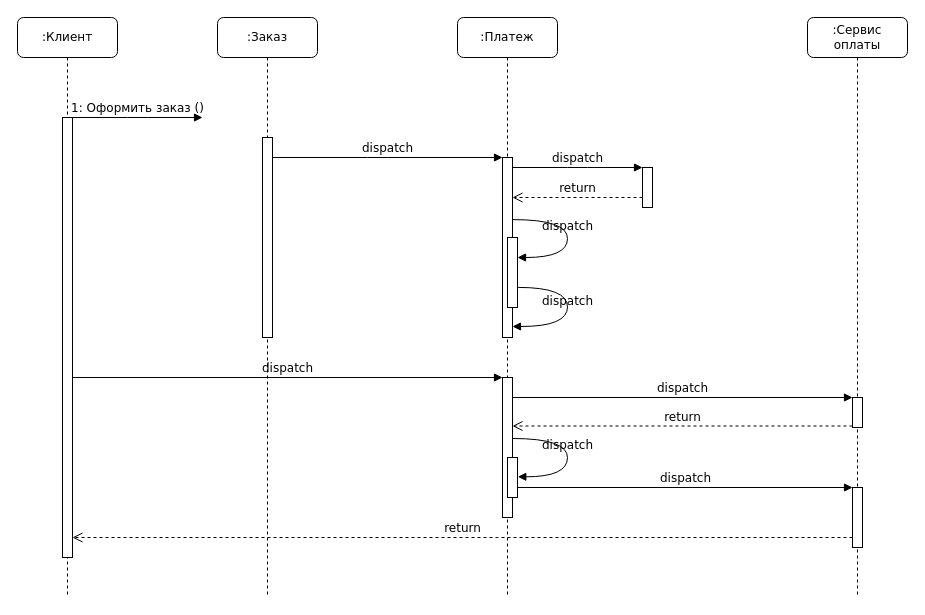
Ksenix-CopLLeRe/preparation keeps this draw.io diagram as дгрмм последовательности.drawio. Above is the earlier version. Source tidied: cells renumbered, new cells numbered last; positions are measured from the earlier drawing's top-left corner, leaving out a move shared by most shapes. Both pictures are drawn from the tidied source at 100%, with x=0, y=0 at pixel (17, 17).
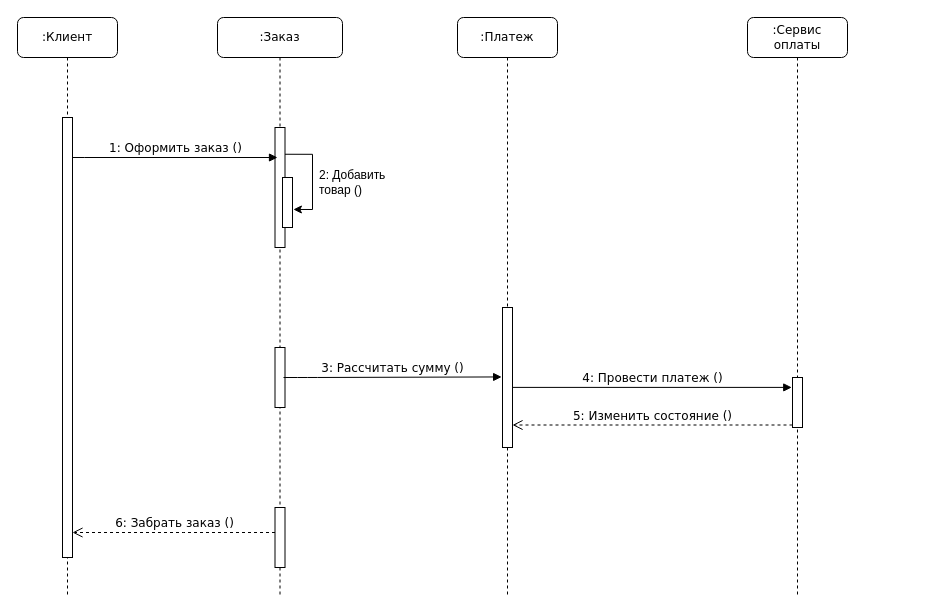
After the change.

Unchanged cells that the change refers to:
```xml
<mxCell id="4" value=":Платеж" style="shape=umlLifeline;perimeter=lifelinePerimeter;whiteSpace=wrap;html=1;rounded=1;shadow=0;comic=0;labelBackgroundColor=none;strokeWidth=1;fontFamily=Verdana;fontSize=12;align=center;" parent="1" vertex="1">
  <mxGeometry x="440" width="100" height="580" as="geometry" />
</mxCell>
<mxCell id="8" value=":Клиент" style="shape=umlLifeline;perimeter=lifelinePerimeter;whiteSpace=wrap;html=1;rounded=1;shadow=0;comic=0;labelBackgroundColor=none;strokeWidth=1;fontFamily=Verdana;fontSize=12;align=center;" parent="1" vertex="1">
  <mxGeometry width="100" height="580" as="geometry" />
</mxCell>
<mxCell id="9" style="html=1;points=[];perimeter=orthogonalPerimeter;rounded=0;shadow=0;comic=0;labelBackgroundColor=none;strokeWidth=1;fontFamily=Verdana;fontSize=12;align=center;" parent="8" vertex="1">
  <mxGeometry x="45" y="100" width="10" height="440" as="geometry" />
</mxCell>
```

The edit, as a diff of the source:
```diff
@@
     <mxCell id="2" value=":Заказ" style="shape=umlLifeline;perimeter=lifelinePerimeter;whiteSpace=wrap;html=1;rounded=1;shadow=0;comic=0;labelBackgroundColor=none;strokeWidth=1;fontFamily=Verdana;fontSize=12;align=center;" parent="1" vertex="1">
-      <mxGeometry x="200" width="100" height="580" as="geometry" />
+      <mxGeometry x="200" width="125" height="580" as="geometry" />
     </mxCell>
+    <mxCell id="27" style="edgeStyle=orthogonalEdgeStyle;rounded=0;jettySize=auto;html=1;exitX=0.924;exitY=0.223;exitDx=0;exitDy=0;exitPerimeter=0;entryX=1.09;entryY=0.639;entryDx=0;entryDy=0;entryPerimeter=0;" parent="2" edge="1" source="3" target="28">
+      <mxGeometry relative="1" as="geometry" />
+    </mxCell>
     <mxCell id="3" style="html=1;points=[];perimeter=orthogonalPerimeter;rounded=0;shadow=0;comic=0;labelBackgroundColor=none;strokeWidth=1;fontFamily=Verdana;fontSize=12;align=center;" parent="2" vertex="1">
-      <mxGeometry x="45" y="120" width="10" height="200" as="geometry" />
+      <mxGeometry x="57.5" y="110" width="10" height="120" as="geometry" />
     </mxCell>
+    <mxCell id="28" style="html=1;points=[];perimeter=orthogonalPerimeter;rounded=0;shadow=0;comic=0;labelBackgroundColor=none;strokeWidth=1;fontFamily=Verdana;fontSize=12;align=center;" parent="2" vertex="1">
+      <mxGeometry x="65" y="160" width="10" height="50" as="geometry" />
+    </mxCell>
+    <mxCell id="29" style="html=1;perimeter=orthogonalPerimeter;rounded=0;shadow=0;comic=0;labelBackgroundColor=none;strokeWidth=1;fontFamily=Verdana;fontSize=12;align=center;" parent="2" vertex="1">
+      <mxGeometry x="57.5" y="330" width="10" height="60" as="geometry" />
+    </mxCell>
+    <mxCell id="7" style="html=1;points=[];perimeter=orthogonalPerimeter;rounded=0;shadow=0;comic=0;labelBackgroundColor=none;strokeWidth=1;fontFamily=Verdana;fontSize=12;align=center;" parent="2" vertex="1">
+      <mxGeometry x="57.5" y="490" width="10" height="60" as="geometry" />
+    </mxCell>
@@
+    <mxCell id="15" style="html=1;points=[];perimeter=orthogonalPerimeter;rounded=0;shadow=0;comic=0;labelBackgroundColor=none;strokeWidth=1;fontFamily=Verdana;fontSize=12;align=center;" parent="4" vertex="1">
+      <mxGeometry x="45" y="290" width="10" height="140" as="geometry" />
+    </mxCell>
     <mxCell id="5" value=":Сервис оплаты" style="shape=umlLifeline;perimeter=lifelinePerimeter;whiteSpace=wrap;html=1;rounded=1;shadow=0;comic=0;labelBackgroundColor=none;strokeWidth=1;fontFamily=Verdana;fontSize=12;align=center;" parent="1" vertex="1">
-      <mxGeometry x="790" width="100" height="580" as="geometry" />
+      <mxGeometry x="730" width="100" height="580" as="geometry" />
     </mxCell>
     <mxCell id="6" style="html=1;points=[];perimeter=orthogonalPerimeter;rounded=0;shadow=0;comic=0;labelBackgroundColor=none;strokeColor=#000000;strokeWidth=1;fillColor=#FFFFFF;fontFamily=Verdana;fontSize=12;fontColor=#000000;align=center;" parent="5" vertex="1">
-      <mxGeometry x="45" y="380" width="10" height="30" as="geometry" />
+      <mxGeometry x="45" y="360" width="10" height="50" as="geometry" />
     </mxCell>
-    <mxCell id="7" style="html=1;points=[];perimeter=orthogonalPerimeter;rounded=0;shadow=0;comic=0;labelBackgroundColor=none;strokeWidth=1;fontFamily=Verdana;fontSize=12;align=center;" parent="5" vertex="1">
-      <mxGeometry x="45" y="470" width="10" height="60" as="geometry" />
-    </mxCell>
@@
-    <mxCell id="10" style="html=1;points=[];perimeter=orthogonalPerimeter;rounded=0;shadow=0;comic=0;labelBackgroundColor=none;strokeWidth=1;fontFamily=Verdana;fontSize=12;align=center;" parent="1" vertex="1">
-      <mxGeometry x="485" y="140" width="10" height="180" as="geometry" />
-    </mxCell>
-    <mxCell id="11" value="dispatch" style="html=1;verticalAlign=bottom;endArrow=block;labelBackgroundColor=none;fontFamily=Verdana;fontSize=12;edgeStyle=elbowEdgeStyle;elbow=vertical;" parent="1" edge="1" source="3" target="10">
-      <mxGeometry relative="1" as="geometry">
-        <Array as="points">
-          <mxPoint x="360" y="140" />
-        </Array>
-      </mxGeometry>
-    </mxCell>
-    <mxCell id="12" style="html=1;points=[];perimeter=orthogonalPerimeter;rounded=0;shadow=0;comic=0;labelBackgroundColor=none;strokeWidth=1;fontFamily=Verdana;fontSize=12;align=center;" parent="1" vertex="1">
-      <mxGeometry x="625" y="150" width="10" height="40" as="geometry" />
-    </mxCell>
-    <mxCell id="13" value="dispatch" style="html=1;verticalAlign=bottom;endArrow=block;entryX=0;entryY=0;labelBackgroundColor=none;fontFamily=Verdana;fontSize=12;edgeStyle=elbowEdgeStyle;elbow=vertical;" parent="1" edge="1" source="10" target="12">
-      <mxGeometry relative="1" as="geometry" />
-    </mxCell>
-    <mxCell id="14" value="return" style="html=1;verticalAlign=bottom;endArrow=open;dashed=1;endSize=8;labelBackgroundColor=none;fontFamily=Verdana;fontSize=12;edgeStyle=elbowEdgeStyle;elbow=vertical;" parent="1" edge="1" source="12" target="10">
-      <mxGeometry relative="1" as="geometry">
-        <Array as="points">
-          <mxPoint x="570" y="180" />
-          <mxPoint x="600" y="180" />
-        </Array>
-      </mxGeometry>
-    </mxCell>
-    <mxCell id="15" style="html=1;points=[];perimeter=orthogonalPerimeter;rounded=0;shadow=0;comic=0;labelBackgroundColor=none;strokeWidth=1;fontFamily=Verdana;fontSize=12;align=center;" parent="1" vertex="1">
-      <mxGeometry x="485" y="360" width="10" height="140" as="geometry" />
-    </mxCell>
+    <mxCell id="21" value="1: Оформить заказ ()" style="html=1;verticalAlign=bottom;endArrow=block;labelBackgroundColor=none;fontFamily=Verdana;fontSize=12;edgeStyle=elbowEdgeStyle;elbow=vertical;exitX=1.5;exitY=0.091;exitDx=0;exitDy=0;exitPerimeter=0;" parent="8" edge="1">
+      <mxGeometry relative="1" as="geometry">
+        <mxPoint x="55.5" y="140" as="sourcePoint" />
+        <mxPoint x="260" y="140" as="targetPoint" />
+        <Array as="points">
+          <mxPoint x="65.5" y="140" />
+          <mxPoint x="115.5" y="140" />
+        </Array>
+      </mxGeometry>
+    </mxCell>
-    <mxCell id="16" value="dispatch" style="html=1;verticalAlign=bottom;endArrow=block;entryX=0;entryY=0;labelBackgroundColor=none;fontFamily=Verdana;fontSize=12;" parent="1" edge="1" source="9" target="15">
-      <mxGeometry relative="1" as="geometry" />
+    <mxCell id="16" value="3: Рассчитать сумму ()" style="html=1;verticalAlign=bottom;endArrow=block;labelBackgroundColor=none;fontFamily=Verdana;fontSize=12;entryX=-0.086;entryY=0.496;entryDx=0;entryDy=0;entryPerimeter=0;" parent="1" edge="1" target="15">
+      <mxGeometry relative="1" as="geometry">
+        <mxPoint x="266" y="360" as="sourcePoint" />
+        <Array as="points">
+          <mxPoint x="290" y="360" />
+        </Array>
+      </mxGeometry>
     </mxCell>
-    <mxCell id="17" value="dispatch" style="html=1;verticalAlign=bottom;endArrow=block;entryX=0;entryY=0;labelBackgroundColor=none;fontFamily=Verdana;fontSize=12;" parent="1" edge="1" source="15" target="6">
+    <mxCell id="17" value="4: Провести платеж ()" style="html=1;verticalAlign=bottom;endArrow=block;entryX=-0.074;entryY=0.198;labelBackgroundColor=none;fontFamily=Verdana;fontSize=12;entryDx=0;entryDy=0;entryPerimeter=0;" parent="1" edge="1" source="15" target="6">
       <mxGeometry relative="1" as="geometry" />
     </mxCell>
-    <mxCell id="18" value="return" style="html=1;verticalAlign=bottom;endArrow=open;dashed=1;endSize=8;exitX=0;exitY=0.95;labelBackgroundColor=none;fontFamily=Verdana;fontSize=12;" parent="1" edge="1" source="6" target="15">
+    <mxCell id="18" value="5: Изменить состояние ()" style="html=1;verticalAlign=bottom;endArrow=open;dashed=1;endSize=8;exitX=0;exitY=0.95;labelBackgroundColor=none;fontFamily=Verdana;fontSize=12;" parent="1" edge="1" source="6" target="15">
       <mxGeometry relative="1" as="geometry" />
     </mxCell>
-    <mxCell id="19" value="dispatch" style="html=1;verticalAlign=bottom;endArrow=block;entryX=0;entryY=0;labelBackgroundColor=none;fontFamily=Verdana;fontSize=12;edgeStyle=elbowEdgeStyle;elbow=vertical;" parent="1" edge="1" source="25" target="7">
-      <mxGeometry relative="1" as="geometry" />
-    </mxCell>
-    <mxCell id="20" value="return" style="html=1;verticalAlign=bottom;endArrow=open;dashed=1;endSize=8;labelBackgroundColor=none;fontFamily=Verdana;fontSize=12;edgeStyle=elbowEdgeStyle;elbow=vertical;" parent="1" edge="1" source="7" target="9">
-      <mxGeometry relative="1" as="geometry">
-        <Array as="points">
-          <mxPoint x="470" y="520" />
-        </Array>
-      </mxGeometry>
+    <mxCell id="20" value="6: Забрать заказ ()" style="html=1;verticalAlign=bottom;endArrow=open;dashed=1;endSize=8;labelBackgroundColor=none;fontFamily=Verdana;fontSize=12;edgeStyle=elbowEdgeStyle;elbow=vertical;" parent="1" edge="1" source="7" target="9">
+      <mxGeometry relative="1" as="geometry" />
     </mxCell>
-    <mxCell id="21" value="1: Оформить заказ ()" style="html=1;verticalAlign=bottom;endArrow=block;entryX=0;entryY=0;labelBackgroundColor=none;fontFamily=Verdana;fontSize=12;edgeStyle=elbowEdgeStyle;elbow=vertical;" parent="1" edge="1" source="9">
-      <mxGeometry relative="1" as="geometry">
-        <mxPoint x="185" y="100" as="targetPoint" />
-      </mxGeometry>
-    </mxCell>
-    <mxCell id="22" style="html=1;points=[];perimeter=orthogonalPerimeter;rounded=0;shadow=0;comic=0;labelBackgroundColor=none;strokeWidth=1;fontFamily=Verdana;fontSize=12;align=center;" parent="1" vertex="1">
-      <mxGeometry x="490" y="220" width="10" height="70" as="geometry" />
-    </mxCell>
-    <mxCell id="23" value="dispatch" style="html=1;verticalAlign=bottom;endArrow=block;labelBackgroundColor=none;fontFamily=Verdana;fontSize=12;elbow=vertical;edgeStyle=orthogonalEdgeStyle;curved=1;entryX=1;entryY=0.286;entryPerimeter=0;exitX=1.038;exitY=0.345;exitPerimeter=0;" parent="1" edge="1" source="10" target="22">
-      <mxGeometry relative="1" as="geometry">
-        <Array as="points">
-          <mxPoint x="550" y="202" />
-          <mxPoint x="550" y="240" />
-        </Array>
-      </mxGeometry>
-    </mxCell>
-    <mxCell id="24" value="dispatch" style="html=1;verticalAlign=bottom;endArrow=block;labelBackgroundColor=none;fontFamily=Verdana;fontSize=12;elbow=vertical;edgeStyle=orthogonalEdgeStyle;curved=1;exitX=1.066;exitY=0.713;exitPerimeter=0;" parent="1" edge="1" source="22">
-      <mxGeometry relative="1" as="geometry">
-        <mxPoint x="495" y="309" as="targetPoint" />
-        <Array as="points">
-          <mxPoint x="550" y="270" />
-          <mxPoint x="550" y="309" />
-        </Array>
-      </mxGeometry>
-    </mxCell>
-    <mxCell id="25" style="html=1;points=[];perimeter=orthogonalPerimeter;rounded=0;shadow=0;comic=0;labelBackgroundColor=none;strokeWidth=1;fontFamily=Verdana;fontSize=12;align=center;" parent="1" vertex="1">
-      <mxGeometry x="490" y="440" width="10" height="40" as="geometry" />
-    </mxCell>
-    <mxCell id="26" value="dispatch" style="html=1;verticalAlign=bottom;endArrow=block;labelBackgroundColor=none;fontFamily=Verdana;fontSize=12;elbow=vertical;edgeStyle=orthogonalEdgeStyle;curved=1;entryX=1;entryY=0.286;entryPerimeter=0;exitX=1.038;exitY=0.345;exitPerimeter=0;" parent="1" edge="1">
-      <mxGeometry relative="1" as="geometry">
-        <mxPoint x="495.3" y="421" as="sourcePoint" />
-        <mxPoint x="500.3" y="459.3" as="targetPoint" />
-        <Array as="points">
-          <mxPoint x="550" y="421" />
-          <mxPoint x="550" y="459" />
-        </Array>
-      </mxGeometry>
-    </mxCell>
+    <mxCell id="30" value="2: Добавить&amp;nbsp;&lt;div&gt;товар ()&lt;/div&gt;" style="text;strokeColor=none;align=left;fillColor=none;html=1;verticalAlign=middle;whiteSpace=wrap;rounded=0;" parent="1" vertex="1">
+      <mxGeometry x="300" y="150" width="80" height="30" as="geometry" />
+    </mxCell>
```
